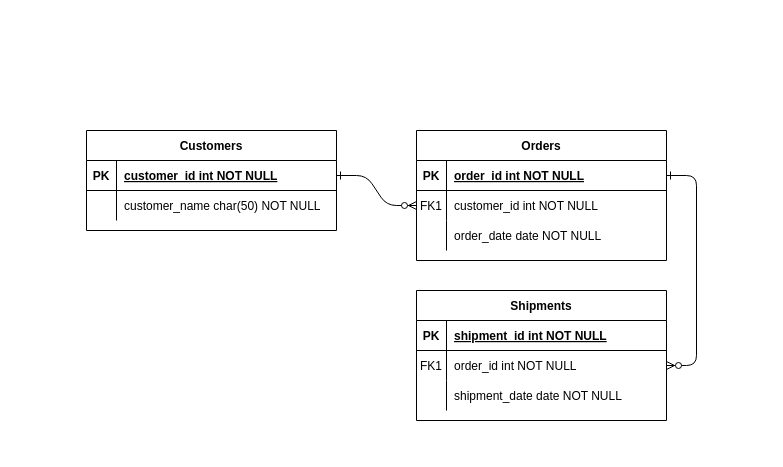
Above: Untitled Diagram.drawio in Ranjani-data-explorer/Ranjani-data-explorer (draw.io), before the change. Source tidied: cells renumbered, new cells numbered last; positions are measured from the earlier drawing's top-left corner, leaving out a move shared by most shapes. Both pictures are drawn from the tidied source at 100%, with x=0, y=0 at pixel (86, 130).
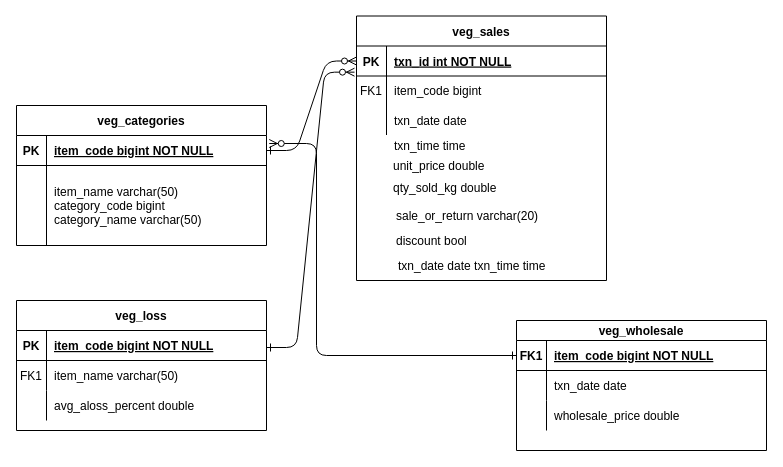
Above is the later version.

Unchanged cells that the change refers to:
```xml
<mxCell id="5" style="shape=partialRectangle;fillColor=none;points=[[0,0.5],[1,0.5]];portConstraint=eastwest;top=0;left=0;right=0;bottom=1;" parent="4" vertex="1">
  <mxGeometry y="30" width="250" height="30" as="geometry" />
</mxCell>
<mxCell id="15" style="shape=partialRectangle;fillColor=none;top=0;left=0;right=0;bottom=1;" parent="14" vertex="1">
  <mxGeometry y="30" width="250" height="30" as="geometry" />
</mxCell>
<mxCell id="18" style="shape=partialRectangle;fillColor=none;points=[[0,0.5],[1,0.5]];portConstraint=eastwest;top=0;left=0;right=0;bottom=0;" parent="14" vertex="1">
  <mxGeometry y="60" width="250" height="30" as="geometry" />
</mxCell>
<mxCell id="21" style="shape=partialRectangle;fillColor=none;top=0;left=0;right=0;bottom=0;" parent="14" vertex="1">
  <mxGeometry y="90" width="250" height="30" as="geometry" />
</mxCell>
<mxCell id="25" style="shape=partialRectangle;fillColor=none;points=[[0,0.5],[1,0.5]];portConstraint=eastwest;top=0;left=0;right=0;bottom=1;" parent="24" vertex="1">
  <mxGeometry y="30" width="250" height="30" as="geometry" />
</mxCell>
```

The edit, as a diff of the source:
```diff
@@
-    <mxCell id="2" style="edgeStyle=entityRelationEdgeStyle;endArrow=ERzeroToMany;startArrow=ERone;endFill=1;startFill=0;" parent="1" edge="1" source="25" target="8">
-      <mxGeometry relative="1" as="geometry" />
+    <mxCell id="2" style="edgeStyle=entityRelationEdgeStyle;endArrow=ERzeroToMany;startArrow=ERone;endFill=1;startFill=0;entryX=0;entryY=0.5;entryDx=0;entryDy=0;exitX=1;exitY=0.5;exitDx=0;exitDy=0;" parent="1" edge="1" source="25" target="5">
+      <mxGeometry relative="1" as="geometry">
+        <Array as="points">
+          <mxPoint x="310" y="-90.5" />
+          <mxPoint x="300" y="-70" />
+        </Array>
+      </mxGeometry>
     </mxCell>
-    <mxCell id="3" style="edgeStyle=entityRelationEdgeStyle;endArrow=ERzeroToMany;startArrow=ERone;endFill=1;startFill=0;" parent="1" edge="1" source="5" target="18">
-      <mxGeometry relative="1" as="geometry" />
-    </mxCell>
-    <mxCell id="4" value="Orders" style="shape=table;startSize=30;childLayout=tableLayout;rowLines=0;fontStyle=1;align=center;" parent="1" vertex="1">
-      <mxGeometry x="330" width="250" height="130" as="geometry" />
+    <mxCell id="4" value="veg_sales" style="shape=table;startSize=30;childLayout=tableLayout;rowLines=0;fontStyle=1;align=center;" parent="1" vertex="1">
+      <mxGeometry x="270" y="-114.5" width="250" height="264.5" as="geometry" />
     </mxCell>
@@
-    <mxCell id="7" value="order_id int NOT NULL " style="shape=partialRectangle;overflow=hidden;fillColor=none;top=0;left=0;bottom=0;right=0;align=left;spacingLeft=6;fontStyle=5;" parent="5" vertex="1">
+    <mxCell id="7" value="txn_id int NOT NULL " style="shape=partialRectangle;overflow=hidden;fillColor=none;top=0;left=0;bottom=0;right=0;align=left;spacingLeft=6;fontStyle=5;" parent="5" vertex="1">
       <mxGeometry x="30" width="220" height="30" as="geometry" />
     </mxCell>
     <mxCell id="8" style="shape=partialRectangle;fillColor=none;points=[[0,0.5],[1,0.5]];portConstraint=eastwest;top=0;left=0;right=0;bottom=0;" parent="4" vertex="1">
-      <mxGeometry y="60" width="250" height="30" as="geometry" />
+      <mxGeometry y="60" width="250" height="29" as="geometry" />
     </mxCell>
     <mxCell id="9" value="FK1" style="shape=partialRectangle;overflow=hidden;fillColor=none;top=0;left=0;bottom=0;right=0;" parent="8" vertex="1">
-      <mxGeometry width="30" height="30" as="geometry" />
+      <mxGeometry width="30" height="29" as="geometry" />
     </mxCell>
-    <mxCell id="10" value="customer_id int NOT NULL" style="shape=partialRectangle;overflow=hidden;fillColor=none;top=0;left=0;bottom=0;right=0;align=left;spacingLeft=6;" parent="8" vertex="1">
-      <mxGeometry x="30" width="220" height="30" as="geometry" />
+    <mxCell id="10" value="item_code bigint" style="shape=partialRectangle;overflow=hidden;fillColor=none;top=0;left=0;bottom=0;right=0;align=left;spacingLeft=6;" parent="8" vertex="1">
+      <mxGeometry x="30" width="220" height="29" as="geometry" />
     </mxCell>
     <mxCell id="11" style="shape=partialRectangle;fillColor=none;top=0;left=0;right=0;bottom=0;" parent="4" vertex="1">
-      <mxGeometry y="90" width="250" height="30" as="geometry" />
+      <mxGeometry y="89" width="250" height="30" as="geometry" />
     </mxCell>
@@
-    <mxCell id="13" value="order_date date NOT NULL" style="shape=partialRectangle;overflow=hidden;fillColor=none;top=0;left=0;bottom=0;right=0;align=left;spacingLeft=6;" parent="11" vertex="1">
+    <mxCell id="13" value="txn_date date  " style="shape=partialRectangle;overflow=hidden;fillColor=none;top=0;left=0;bottom=0;right=0;align=left;spacingLeft=6;" parent="11" vertex="1">
       <mxGeometry x="30" width="220" height="30" as="geometry" />
     </mxCell>
-    <mxCell id="14" value="Shipments" style="shape=table;startSize=30;childLayout=tableLayout;rowLines=0;fontStyle=1;align=center;" parent="1" vertex="1">
-      <mxGeometry x="330" y="160" width="250" height="130" as="geometry" />
+    <mxCell id="14" value="veg_loss" style="shape=table;startSize=30;childLayout=tableLayout;rowLines=0;fontStyle=1;align=center;" parent="1" vertex="1">
+      <mxGeometry x="-70" y="170" width="250" height="130" as="geometry" />
     </mxCell>
@@
-    <mxCell id="17" value="shipment_id int NOT NULL " style="shape=partialRectangle;overflow=hidden;fillColor=none;top=0;left=0;bottom=0;right=0;align=left;spacingLeft=6;fontStyle=5;" parent="15" vertex="1">
+    <mxCell id="17" value="item_code bigint NOT NULL" style="shape=partialRectangle;overflow=hidden;fillColor=none;top=0;left=0;bottom=0;right=0;align=left;spacingLeft=6;fontStyle=5;" parent="15" vertex="1">
       <mxGeometry x="30" width="220" height="30" as="geometry" />
     </mxCell>
@@
-    <mxCell id="20" value="order_id int NOT NULL" style="shape=partialRectangle;overflow=hidden;fillColor=none;top=0;left=0;bottom=0;right=0;align=left;spacingLeft=6;" parent="18" vertex="1">
+    <mxCell id="20" value="item_name varchar(50)" style="shape=partialRectangle;overflow=hidden;fillColor=none;top=0;left=0;bottom=0;right=0;align=left;spacingLeft=6;" parent="18" vertex="1">
       <mxGeometry x="30" width="220" height="30" as="geometry" />
     </mxCell>
@@
-    <mxCell id="23" value="shipment_date date NOT NULL" style="shape=partialRectangle;overflow=hidden;fillColor=none;top=0;left=0;bottom=0;right=0;align=left;spacingLeft=6;" parent="21" vertex="1">
+    <mxCell id="23" value="avg_aloss_percent double" style="shape=partialRectangle;overflow=hidden;fillColor=none;top=0;left=0;bottom=0;right=0;align=left;spacingLeft=6;" parent="21" vertex="1">
       <mxGeometry x="30" width="220" height="30" as="geometry" />
     </mxCell>
-    <mxCell id="24" value="Customers" style="shape=table;startSize=30;childLayout=tableLayout;rowLines=0;fontStyle=1;align=center;" parent="1" vertex="1">
-      <mxGeometry width="250" height="100" as="geometry" />
+    <mxCell id="24" value="veg_categories" style="shape=table;startSize=30;childLayout=tableLayout;rowLines=0;fontStyle=1;align=center;" parent="1" vertex="1">
+      <mxGeometry x="-70" y="-25" width="250" height="140" as="geometry" />
     </mxCell>
@@
-    <mxCell id="27" value="customer_id int NOT NULL " style="shape=partialRectangle;overflow=hidden;fillColor=none;top=0;left=0;bottom=0;right=0;align=left;spacingLeft=6;fontStyle=5;" parent="25" vertex="1">
+    <mxCell id="27" value="item_code bigint NOT NULL " style="shape=partialRectangle;overflow=hidden;fillColor=none;top=0;left=0;bottom=0;right=0;align=left;spacingLeft=6;fontStyle=5;" parent="25" vertex="1">
       <mxGeometry x="30" width="220" height="30" as="geometry" />
     </mxCell>
     <mxCell id="28" style="shape=partialRectangle;fillColor=none;top=0;left=0;right=0;bottom=0;" parent="24" vertex="1">
-      <mxGeometry y="60" width="250" height="30" as="geometry" />
+      <mxGeometry y="60" width="250" height="80" as="geometry" />
     </mxCell>
     <mxCell id="29" style="shape=partialRectangle;overflow=hidden;fillColor=none;top=0;left=0;bottom=0;right=0;" parent="28" vertex="1">
-      <mxGeometry width="30" height="30" as="geometry" />
+      <mxGeometry width="30" height="80" as="geometry" />
     </mxCell>
-    <mxCell id="30" value="customer_name char(50) NOT NULL" style="shape=partialRectangle;overflow=hidden;fillColor=none;top=0;left=0;bottom=0;right=0;align=left;spacingLeft=6;" parent="28" vertex="1">
-      <mxGeometry x="30" width="220" height="30" as="geometry" />
+    <mxCell id="30" value="item_name varchar(50)&#10;category_code bigint&#10;category_name varchar(50)" style="shape=partialRectangle;overflow=hidden;fillColor=none;top=0;left=0;bottom=0;right=0;align=left;spacingLeft=6;" parent="28" vertex="1">
+      <mxGeometry x="30" width="220" height="80" as="geometry" />
     </mxCell>
+    <mxCell id="31" value="unit_price double " style="shape=partialRectangle;overflow=hidden;fillColor=none;top=0;left=0;bottom=0;right=0;align=left;spacingLeft=6;" parent="1" vertex="1">
+      <mxGeometry x="299" y="20" width="220" height="30" as="geometry" />
+    </mxCell>
+    <mxCell id="32" value="qty_sold_kg double" style="shape=partialRectangle;overflow=hidden;fillColor=none;top=0;left=0;bottom=0;right=0;align=left;spacingLeft=6;" parent="1" vertex="1">
+      <mxGeometry x="299" y="42" width="220" height="30" as="geometry" />
+    </mxCell>
+    <mxCell id="33" value="sale_or_return varchar(20)" style="shape=partialRectangle;overflow=hidden;fillColor=none;top=0;left=0;bottom=0;right=0;align=left;spacingLeft=6;" parent="1" vertex="1">
+      <mxGeometry x="302" y="70" width="220" height="30" as="geometry" />
+    </mxCell>
+    <mxCell id="34" value="discount bool" style="shape=partialRectangle;overflow=hidden;fillColor=none;top=0;left=0;bottom=0;right=0;align=left;spacingLeft=6;" parent="1" vertex="1">
+      <mxGeometry x="302" y="95" width="220" height="30" as="geometry" />
+    </mxCell>
+    <mxCell id="35" value="txn_date date txn_time time " style="shape=partialRectangle;overflow=hidden;fillColor=none;top=0;left=0;bottom=0;right=0;align=left;spacingLeft=6;" parent="1" vertex="1">
+      <mxGeometry x="304" y="120" width="220" height="30" as="geometry" />
+    </mxCell>
+    <mxCell id="36" value="txn_time time  " style="shape=partialRectangle;overflow=hidden;fillColor=none;top=0;left=0;bottom=0;right=0;align=left;spacingLeft=6;" parent="1" vertex="1">
+      <mxGeometry x="300" y="-0.2" width="220" height="30" as="geometry" />
+    </mxCell>
+    <mxCell id="37" style="edgeStyle=entityRelationEdgeStyle;endArrow=ERzeroToMany;startArrow=ERone;endFill=1;startFill=0;entryX=-0.008;entryY=-0.132;entryDx=0;entryDy=0;entryPerimeter=0;" parent="1" edge="1" target="8">
+      <mxGeometry relative="1" as="geometry">
+        <mxPoint x="180" y="217" as="sourcePoint" />
+        <Array as="points">
+          <mxPoint x="310" y="-79" />
+          <mxPoint x="300" y="-58.5" />
+        </Array>
+      </mxGeometry>
+    </mxCell>
+    <mxCell id="38" value="veg_wholesale" style="shape=table;startSize=20;childLayout=tableLayout;rowLines=0;fontStyle=1;align=center;" parent="1" vertex="1">
+      <mxGeometry x="430" y="190" width="250" height="130" as="geometry" />
+    </mxCell>
+    <mxCell id="39" style="shape=partialRectangle;fillColor=none;points=[[0,0.5],[1,0.5]];portConstraint=eastwest;top=0;left=0;right=0;bottom=1;" parent="38" vertex="1">
+      <mxGeometry y="20" width="250" height="30" as="geometry" />
+    </mxCell>
+    <mxCell id="40" value="FK1" style="shape=partialRectangle;overflow=hidden;fillColor=none;top=0;left=0;bottom=0;right=0;fontStyle=1;" parent="39" vertex="1">
+      <mxGeometry width="30" height="30" as="geometry" />
+    </mxCell>
+    <mxCell id="41" value="item_code bigint NOT NULL" style="shape=partialRectangle;overflow=hidden;fillColor=none;top=0;left=0;bottom=0;right=0;align=left;spacingLeft=6;fontStyle=5;" parent="39" vertex="1">
+      <mxGeometry x="30" width="220" height="30" as="geometry" />
+    </mxCell>
+    <mxCell id="42" style="shape=partialRectangle;fillColor=none;top=0;left=0;right=0;bottom=0;" parent="38" vertex="1">
+      <mxGeometry y="50" width="250" height="30" as="geometry" />
+    </mxCell>
+    <mxCell id="43" style="shape=partialRectangle;overflow=hidden;fillColor=none;top=0;left=0;bottom=0;right=0;" parent="42" vertex="1">
+      <mxGeometry width="30" height="30" as="geometry" />
+    </mxCell>
+    <mxCell id="44" value="txn_date date" style="shape=partialRectangle;overflow=hidden;fillColor=none;top=0;left=0;bottom=0;right=0;align=left;spacingLeft=6;" parent="42" vertex="1">
+      <mxGeometry x="30" width="220" height="30" as="geometry" />
+    </mxCell>
+    <mxCell id="45" style="shape=partialRectangle;fillColor=none;top=0;left=0;right=0;bottom=0;" parent="38" vertex="1">
+      <mxGeometry y="80" width="250" height="30" as="geometry" />
+    </mxCell>
+    <mxCell id="46" style="shape=partialRectangle;overflow=hidden;fillColor=none;top=0;left=0;bottom=0;right=0;" parent="45" vertex="1">
+      <mxGeometry width="30" height="30" as="geometry" />
+    </mxCell>
+    <mxCell id="47" value="wholesale_price double" style="shape=partialRectangle;overflow=hidden;fillColor=none;top=0;left=0;bottom=0;right=0;align=left;spacingLeft=6;" parent="45" vertex="1">
+      <mxGeometry x="30" width="220" height="30" as="geometry" />
+    </mxCell>
+    <mxCell id="48" style="endArrow=ERzeroToMany;startArrow=ERone;endFill=1;startFill=0;entryX=1.011;entryY=0.267;entryDx=0;entryDy=0;entryPerimeter=0;exitX=0;exitY=0.5;exitDx=0;exitDy=0;edgeStyle=orthogonalEdgeStyle;" parent="1" edge="1" source="39" target="25">
+      <mxGeometry relative="1" as="geometry">
+        <Array as="points">
+          <mxPoint x="230" y="225" />
+          <mxPoint x="230" y="13" />
+        </Array>
+      </mxGeometry>
+    </mxCell>
```
